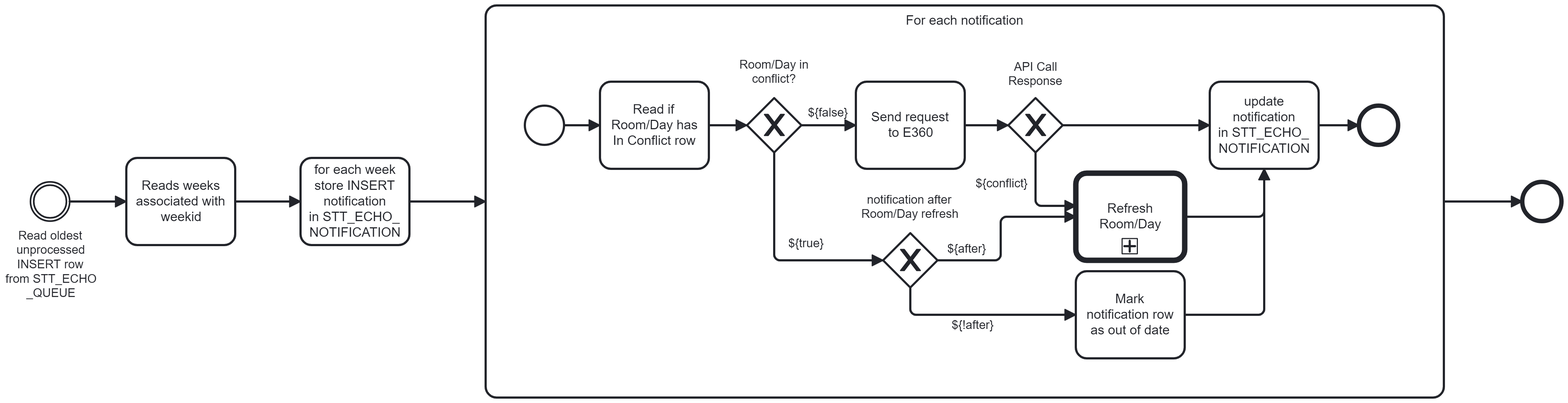
This is img/notification-delete.png from ororker/cmis-e360, a BPMN export, as it was before one commit. Its source is kept beside it as notification-delete.bpmn. Ids are renumbered.
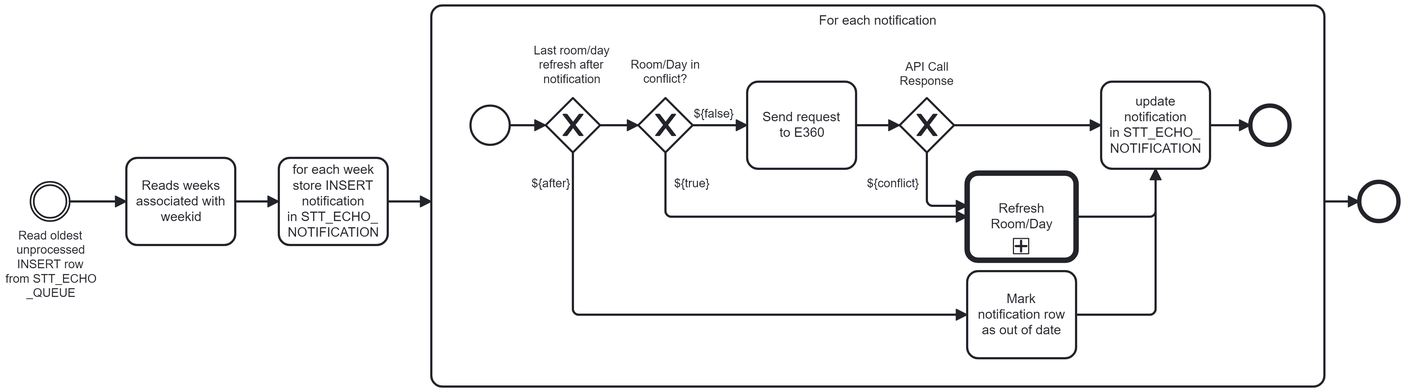
After the change.

Commit message:
before refactor to process notification

The edit, as a diff of the source:
```diff
@@ -10,11 +10,10 @@
     <bpmn:subProcess id="Activity_n7" name="For each notification">
       <bpmn:incoming>Flow_n5</bpmn:incoming>
       <bpmn:outgoing>Flow_n4</bpmn:outgoing>
-      <bpmn:sequenceFlow id="Flow_n12" name="${!after}" sourceRef="Gateway_n13" targetRef="Activity_n14" />
-      <bpmn:sequenceFlow id="Flow_n15" name="${after}" sourceRef="Gateway_n13" targetRef="Activity_n16" />
+      <bpmn:sequenceFlow id="Flow_n36" name="${after}" sourceRef="Gateway_n37" targetRef="Activity_n14" />
       <bpmn:sequenceFlow id="Flow_n17" name="${conflict}" sourceRef="Gateway_n18" targetRef="Activity_n16" />
       <bpmn:sequenceFlow id="Flow_n19" name="${false}" sourceRef="Gateway_n20" targetRef="Activity_n21" />
-      <bpmn:sequenceFlow id="Flow_n22" name="${true}" sourceRef="Gateway_n20" targetRef="Gateway_n13" />
+      <bpmn:sequenceFlow id="Flow_n22" name="${true}" sourceRef="Gateway_n20" targetRef="Activity_n16" />
       <bpmn:exclusiveGateway id="Gateway_n18" name="API Call Response">
         <bpmn:incoming>Flow_n23</bpmn:incoming>
         <bpmn:outgoing>Flow_n17</bpmn:outgoing>
@@ -27,35 +26,31 @@
         <bpmn:incoming>Flow_n28</bpmn:incoming>
       </bpmn:endEvent>
       <bpmn:sequenceFlow id="Flow_n23" sourceRef="Activity_n21" targetRef="Gateway_n18" />
+      <bpmn:sequenceFlow id="Flow_n38" sourceRef="Gateway_n37" targetRef="Gateway_n20" />
       <bpmn:sequenceFlow id="Flow_n29" sourceRef="Activity_n16" targetRef="Activity_n30" />
-      <bpmn:sequenceFlow id="Flow_n26" sourceRef="Event_n25" targetRef="Activity_n31" />
+      <bpmn:sequenceFlow id="Flow_n26" sourceRef="Event_n25" targetRef="Gateway_n37" />
       <bpmn:sequenceFlow id="Flow_n24" sourceRef="Gateway_n18" targetRef="Activity_n30" />
       <bpmn:sequenceFlow id="Flow_n28" sourceRef="Activity_n30" targetRef="Event_n27" />
       <bpmn:sequenceFlow id="Flow_n32" sourceRef="Activity_n14" targetRef="Activity_n30" />
-      <bpmn:sequenceFlow id="Flow_n33" sourceRef="Activity_n31" targetRef="Gateway_n20" />
+      <bpmn:exclusiveGateway id="Gateway_n37" name="Last room/day refresh after notification">
+        <bpmn:incoming>Flow_n26</bpmn:incoming>
+        <bpmn:outgoing>Flow_n38</bpmn:outgoing>
+        <bpmn:outgoing>Flow_n36</bpmn:outgoing>
+      </bpmn:exclusiveGateway>
       <bpmn:task id="Activity_n14" name="Mark notification row as out of date">
-        <bpmn:incoming>Flow_n12</bpmn:incoming>
+        <bpmn:incoming>Flow_n36</bpmn:incoming>
         <bpmn:outgoing>Flow_n32</bpmn:outgoing>
-      </bpmn:task>
-      <bpmn:exclusiveGateway id="Gateway_n13" name="notification after Room/Day refresh">
-        <bpmn:incoming>Flow_n22</bpmn:incoming>
-        <bpmn:outgoing>Flow_n12</bpmn:outgoing>
-        <bpmn:outgoing>Flow_n15</bpmn:outgoing>
-      </bpmn:exclusiveGateway>
-      <bpmn:task id="Activity_n31" name="Read if Room/Day has In Conflict row">
-        <bpmn:incoming>Flow_n26</bpmn:incoming>
-        <bpmn:outgoing>Flow_n33</bpmn:outgoing>
       </bpmn:task>
       <bpmn:callActivity id="Activity_n16" name="Refresh Room/Day">
         <bpmn:extensionElements>
           <zeebe:calledElement processId="refresh-room-day" propagateAllChildVariables="false" />
         </bpmn:extensionElements>
         <bpmn:incoming>Flow_n17</bpmn:incoming>
-        <bpmn:incoming>Flow_n15</bpmn:incoming>
+        <bpmn:incoming>Flow_n22</bpmn:incoming>
         <bpmn:outgoing>Flow_n29</bpmn:outgoing>
       </bpmn:callActivity>
       <bpmn:exclusiveGateway id="Gateway_n20" name="Room/Day in conflict?">
-        <bpmn:incoming>Flow_n33</bpmn:incoming>
+        <bpmn:incoming>Flow_n38</bpmn:incoming>
         <bpmn:outgoing>Flow_n22</bpmn:outgoing>
         <bpmn:outgoing>Flow_n19</bpmn:outgoing>
       </bpmn:exclusiveGateway>
@@ -84,157 +79,144 @@
   </bpmn:process>
   <bpmndi:BPMNDiagram id="BPMNDiagram_1">
     <bpmndi:BPMNPlane id="BPMNPlane_1" bpmnElement="Process_n2">
-      <bpmndi:BPMNShape id="Event_n3_di" bpmnElement="Event_n3">
-        <dc:Bounds x="1552" y="242" width="36" height="36" />
-      </bpmndi:BPMNShape>
       <bpmndi:BPMNShape id="BPMNShape_n34" bpmnElement="Event_n9">
-        <dc:Bounds x="182" y="242" width="36" height="36" />
+        <dc:Bounds x="182" y="352" width="36" height="36" />
         <bpmndi:BPMNLabel>
-          <dc:Bounds x="159" y="285" width="84" height="66" />
+          <dc:Bounds x="159" y="395" width="84" height="66" />
         </bpmndi:BPMNLabel>
       </bpmndi:BPMNShape>
       <bpmndi:BPMNShape id="Activity_n10_di" bpmnElement="Activity_n10">
-        <dc:Bounds x="270" y="220" width="100" height="80" />
+        <dc:Bounds x="270" y="330" width="100" height="80" />
         <bpmndi:BPMNLabel />
       </bpmndi:BPMNShape>
       <bpmndi:BPMNShape id="Activity_n6_di" bpmnElement="Activity_n6">
-        <dc:Bounds x="430" y="220" width="100" height="80" />
+        <dc:Bounds x="410" y="330" width="100" height="80" />
         <bpmndi:BPMNLabel />
       </bpmndi:BPMNShape>
+      <bpmndi:BPMNShape id="Event_n3_di" bpmnElement="Event_n3">
+        <dc:Bounds x="1402" y="352" width="36" height="36" />
+      </bpmndi:BPMNShape>
       <bpmndi:BPMNShape id="Activity_1nt4fov_di" bpmnElement="Activity_n7" isExpanded="true">
-        <dc:Bounds x="600" y="80" width="880" height="360" />
+        <dc:Bounds x="550" y="80" width="820" height="590" />
+      </bpmndi:BPMNShape>
+      <bpmndi:BPMNShape id="Event_n25_di" bpmnElement="Event_n25">
+        <dc:Bounds x="586" y="282" width="36" height="36" />
+      </bpmndi:BPMNShape>
+      <bpmndi:BPMNShape id="Gateway_n37_di" bpmnElement="Gateway_n37" isMarkerVisible="true">
+        <dc:Bounds x="655" y="275" width="50" height="50" />
+        <bpmndi:BPMNLabel>
+          <dc:Bounds x="644" y="225" width="71" height="40" />
+        </bpmndi:BPMNLabel>
       </bpmndi:BPMNShape>
       <bpmndi:BPMNShape id="Event_n27_di" bpmnElement="Event_n27">
-        <dc:Bounds x="1402" y="172" width="36" height="36" />
+        <dc:Bounds x="1302" y="282" width="36" height="36" />
       </bpmndi:BPMNShape>
       <bpmndi:BPMNShape id="Gateway_n18_di" bpmnElement="Gateway_n18" isMarkerVisible="true">
-        <dc:Bounds x="1080" y="165" width="50" height="50" />
+        <dc:Bounds x="980" y="275" width="50" height="50" />
         <bpmndi:BPMNLabel>
-          <dc:Bounds x="1080" y="130" width="50" height="27" />
-        </bpmndi:BPMNLabel>
-      </bpmndi:BPMNShape>
-      <bpmndi:BPMNShape id="Gateway_n13_di" bpmnElement="Gateway_n13" isMarkerVisible="true">
-        <dc:Bounds x="965" y="289" width="50" height="50" />
-        <bpmndi:BPMNLabel>
-          <dc:Bounds x="945" y="252" width="90" height="27" />
+          <dc:Bounds x="980" y="240" width="50" height="27" />
         </bpmndi:BPMNLabel>
       </bpmndi:BPMNShape>
       <bpmndi:BPMNShape id="Activity_n21_di" bpmnElement="Activity_n21">
-        <dc:Bounds x="940" y="150" width="100" height="80" />
+        <dc:Bounds x="840" y="260" width="100" height="80" />
         <bpmndi:BPMNLabel />
       </bpmndi:BPMNShape>
       <bpmndi:BPMNShape id="Activity_0cr0ey7_di" bpmnElement="Activity_n16">
-        <dc:Bounds x="1142" y="234" width="100" height="80" />
+        <dc:Bounds x="1042" y="344" width="100" height="80" />
       </bpmndi:BPMNShape>
-      <bpmndi:BPMNShape id="Activity_n31_di" bpmnElement="Activity_n31">
-        <dc:Bounds x="705" y="150" width="100" height="80" />
+      <bpmndi:BPMNShape id="BPMNShape_n35" bpmnElement="Activity_n14">
+        <dc:Bounds x="1042" y="434" width="100" height="80" />
         <bpmndi:BPMNLabel />
       </bpmndi:BPMNShape>
-      <bpmndi:BPMNShape id="BPMNShape_n35" bpmnElement="Activity_n14">
-        <dc:Bounds x="1142" y="324" width="100" height="80" />
-        <bpmndi:BPMNLabel />
-      </bpmndi:BPMNShape>
-      <bpmndi:BPMNShape id="Event_n25_di" bpmnElement="Event_n25">
-        <dc:Bounds x="636" y="172" width="36" height="36" />
-      </bpmndi:BPMNShape>
       <bpmndi:BPMNShape id="Gateway_n20_di" bpmnElement="Gateway_n20" isMarkerVisible="true">
-        <dc:Bounds x="840" y="165" width="50" height="50" />
+        <dc:Bounds x="740" y="275" width="50" height="50" />
         <bpmndi:BPMNLabel>
-          <dc:Bounds x="833" y="128" width="64" height="27" />
+          <dc:Bounds x="733" y="238" width="64" height="27" />
         </bpmndi:BPMNLabel>
       </bpmndi:BPMNShape>
       <bpmndi:BPMNShape id="Activity_n30_di" bpmnElement="Activity_n30">
-        <dc:Bounds x="1265" y="150" width="100" height="80" />
+        <dc:Bounds x="1165" y="260" width="100" height="80" />
         <bpmndi:BPMNLabel />
       </bpmndi:BPMNShape>
       <bpmndi:BPMNEdge id="Flow_n28_di" bpmnElement="Flow_n28">
-        <di:waypoint x="1365" y="190" />
-        <di:waypoint x="1402" y="190" />
+        <di:waypoint x="1265" y="300" />
+        <di:waypoint x="1302" y="300" />
       </bpmndi:BPMNEdge>
       <bpmndi:BPMNEdge id="Flow_n23_di" bpmnElement="Flow_n23">
-        <di:waypoint x="1040" y="190" />
-        <di:waypoint x="1080" y="190" />
+        <di:waypoint x="940" y="300" />
+        <di:waypoint x="980" y="300" />
       </bpmndi:BPMNEdge>
       <bpmndi:BPMNEdge id="Flow_n17_di" bpmnElement="Flow_n17">
-        <di:waypoint x="1105" y="215" />
-        <di:waypoint x="1105" y="264" />
-        <di:waypoint x="1142" y="264" />
+        <di:waypoint x="1005" y="325" />
+        <di:waypoint x="1005" y="374" />
+        <di:waypoint x="1042" y="374" />
         <bpmndi:BPMNLabel>
-          <dc:Bounds x="1050" y="237" width="49" height="14" />
+          <dc:Bounds x="950" y="347" width="49" height="14" />
         </bpmndi:BPMNLabel>
       </bpmndi:BPMNEdge>
       <bpmndi:BPMNEdge id="Flow_n24_di" bpmnElement="Flow_n24">
-        <di:waypoint x="1130" y="190" />
-        <di:waypoint x="1265" y="190" />
+        <di:waypoint x="1030" y="300" />
+        <di:waypoint x="1165" y="300" />
         <bpmndi:BPMNLabel>
           <dc:Bounds x="1117" y="248" width="54" height="14" />
         </bpmndi:BPMNLabel>
       </bpmndi:BPMNEdge>
       <bpmndi:BPMNEdge id="Flow_n22_di" bpmnElement="Flow_n22">
-        <di:waypoint x="865" y="215" />
-        <di:waypoint x="865" y="314" />
-        <di:waypoint x="965" y="314" />
+        <di:waypoint x="765" y="325" />
+        <di:waypoint x="765" y="384" />
+        <di:waypoint x="1042" y="384" />
         <bpmndi:BPMNLabel>
-          <dc:Bounds x="878" y="292" width="33" height="14" />
-        </bpmndi:BPMNLabel>
-      </bpmndi:BPMNEdge>
-      <bpmndi:BPMNEdge id="Flow_n12_di" bpmnElement="Flow_n12">
-        <di:waypoint x="990" y="339" />
-        <di:waypoint x="990" y="364" />
-        <di:waypoint x="1142" y="364" />
-        <bpmndi:BPMNLabel>
-          <dc:Bounds x="1028" y="367" width="39" height="14" />
-        </bpmndi:BPMNLabel>
-      </bpmndi:BPMNEdge>
-      <bpmndi:BPMNEdge id="Flow_n15_di" bpmnElement="Flow_n15">
-        <di:waypoint x="1015" y="314" />
-        <di:waypoint x="1073" y="314" />
-        <di:waypoint x="1073" y="274" />
-        <di:waypoint x="1142" y="274" />
-        <bpmndi:BPMNLabel>
-          <dc:Bounds x="1024" y="297" width="36" height="14" />
+          <dc:Bounds x="773" y="347" width="33" height="14" />
         </bpmndi:BPMNLabel>
       </bpmndi:BPMNEdge>
       <bpmndi:BPMNEdge id="Flow_n19_di" bpmnElement="Flow_n19">
-        <di:waypoint x="890" y="190" />
-        <di:waypoint x="940" y="190" />
+        <di:waypoint x="790" y="300" />
+        <di:waypoint x="840" y="300" />
         <bpmndi:BPMNLabel>
-          <dc:Bounds x="896" y="172" width="38" height="14" />
+          <dc:Bounds x="791" y="283" width="38" height="14" />
         </bpmndi:BPMNLabel>
       </bpmndi:BPMNEdge>
       <bpmndi:BPMNEdge id="Flow_n29_di" bpmnElement="Flow_n29">
-        <di:waypoint x="1242" y="274" />
-        <di:waypoint x="1315" y="274" />
-        <di:waypoint x="1315" y="230" />
+        <di:waypoint x="1142" y="384" />
+        <di:waypoint x="1215" y="384" />
+        <di:waypoint x="1215" y="340" />
       </bpmndi:BPMNEdge>
       <bpmndi:BPMNEdge id="Flow_n26_di" bpmnElement="Flow_n26">
-        <di:waypoint x="672" y="190" />
-        <di:waypoint x="705" y="190" />
-      </bpmndi:BPMNEdge>
-      <bpmndi:BPMNEdge id="Flow_n33_di" bpmnElement="Flow_n33">
-        <di:waypoint x="805" y="190" />
-        <di:waypoint x="840" y="190" />
+        <di:waypoint x="622" y="300" />
+        <di:waypoint x="655" y="300" />
       </bpmndi:BPMNEdge>
       <bpmndi:BPMNEdge id="Flow_n32_di" bpmnElement="Flow_n32">
-        <di:waypoint x="1242" y="364" />
-        <di:waypoint x="1315" y="364" />
-        <di:waypoint x="1315" y="230" />
+        <di:waypoint x="1142" y="474" />
+        <di:waypoint x="1215" y="474" />
+        <di:waypoint x="1215" y="340" />
+      </bpmndi:BPMNEdge>
+      <bpmndi:BPMNEdge id="Flow_n38_di" bpmnElement="Flow_n38">
+        <di:waypoint x="705" y="300" />
+        <di:waypoint x="740" y="300" />
+      </bpmndi:BPMNEdge>
+      <bpmndi:BPMNEdge id="Flow_n36_di" bpmnElement="Flow_n36">
+        <di:waypoint x="680" y="325" />
+        <di:waypoint x="680" y="474" />
+        <di:waypoint x="1042" y="474" />
+        <bpmndi:BPMNLabel>
+          <dc:Bounds x="642" y="347" width="36" height="14" />
+        </bpmndi:BPMNLabel>
+      </bpmndi:BPMNEdge>
+      <bpmndi:BPMNEdge id="Flow_n4_di" bpmnElement="Flow_n4">
+        <di:waypoint x="1370" y="370" />
+        <di:waypoint x="1402" y="370" />
+      </bpmndi:BPMNEdge>
+      <bpmndi:BPMNEdge id="Flow_n8_di" bpmnElement="Flow_n8">
+        <di:waypoint x="218" y="370" />
+        <di:waypoint x="270" y="370" />
+      </bpmndi:BPMNEdge>
+      <bpmndi:BPMNEdge id="Flow_n11_di" bpmnElement="Flow_n11">
+        <di:waypoint x="370" y="370" />
+        <di:waypoint x="410" y="370" />
       </bpmndi:BPMNEdge>
       <bpmndi:BPMNEdge id="Flow_n5_di" bpmnElement="Flow_n5">
-        <di:waypoint x="530" y="260" />
-        <di:waypoint x="600" y="260" />
-      </bpmndi:BPMNEdge>
-      <bpmndi:BPMNEdge id="Flow_n4_di" bpmnElement="Flow_n4">
-        <di:waypoint x="1480" y="260" />
-        <di:waypoint x="1552" y="260" />
-      </bpmndi:BPMNEdge>
-      <bpmndi:BPMNEdge id="Flow_n8_di" bpmnElement="Flow_n8">
-        <di:waypoint x="218" y="260" />
-        <di:waypoint x="270" y="260" />
-      </bpmndi:BPMNEdge>
-      <bpmndi:BPMNEdge id="Flow_n11_di" bpmnElement="Flow_n11">
-        <di:waypoint x="370" y="260" />
-        <di:waypoint x="430" y="260" />
+        <di:waypoint x="510" y="370" />
+        <di:waypoint x="550" y="370" />
       </bpmndi:BPMNEdge>
     </bpmndi:BPMNPlane>
   </bpmndi:BPMNDiagram>
```
